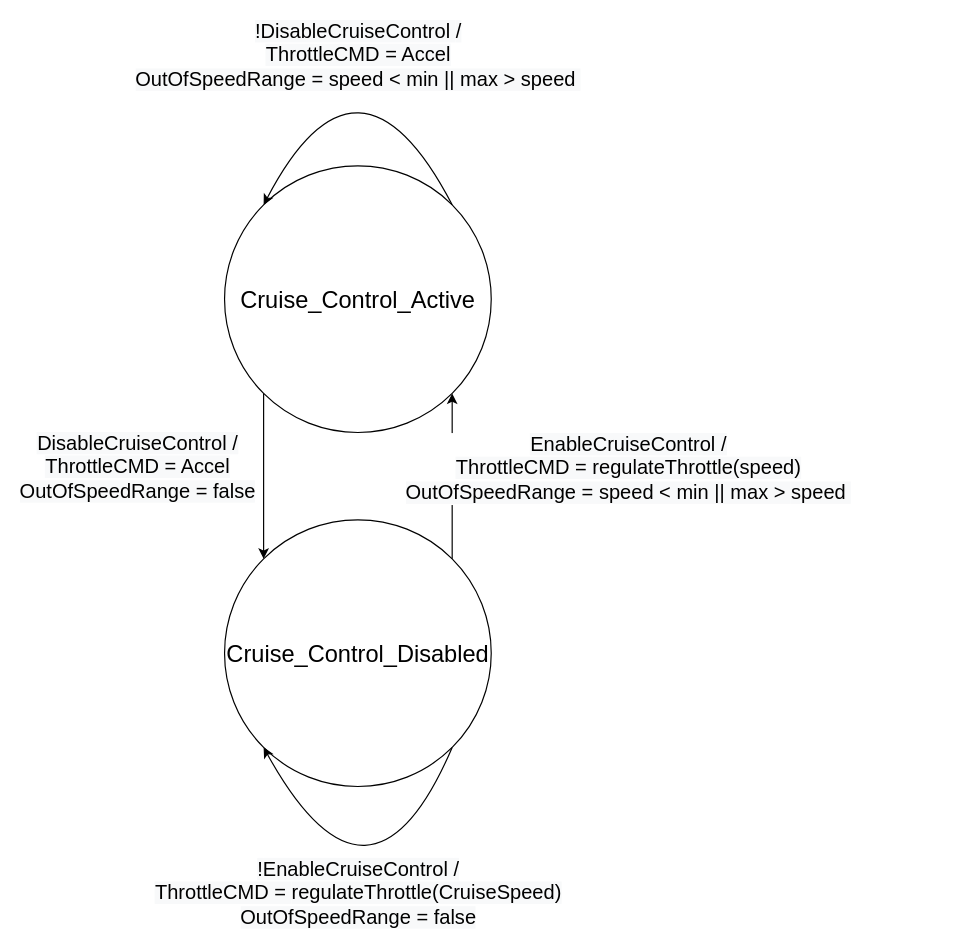
Before: Diagrams/FSMs/Speed Control_FSM.drawio in jacoballen4534/Cruise-Controller, a draw.io diagram. Source tidied: cells renumbered, new cells numbered last; positions are measured from the earlier drawing's top-left corner, leaving out a move shared by most shapes. Both pictures are drawn from the tidied source at 118%, with x=0, y=0 at pixel (224, 24).
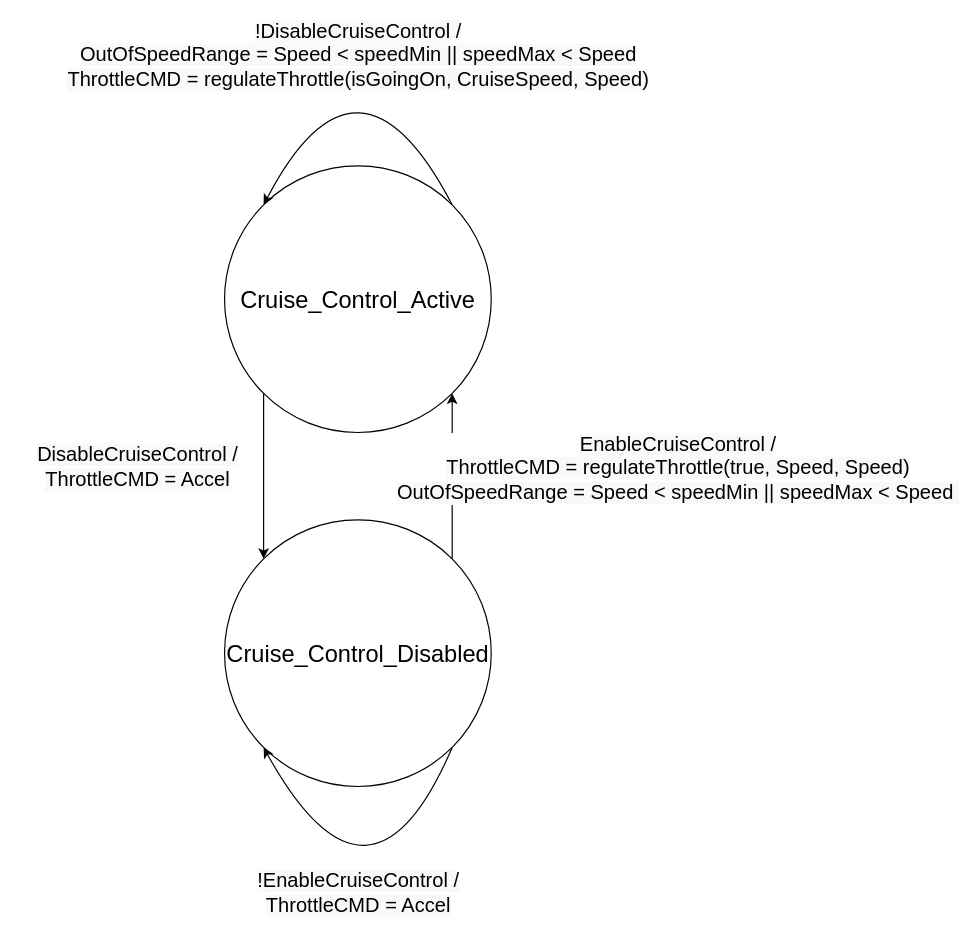
The same page after the edit.

Commit message:
Update Speed controll fsm to use isGoingOn and fixed the self loop logic being on the incorrect transition

The edit, as a diff of the source:
```diff
@@
 <mxGraphModel>
   <root>
     <mxCell id="0" />
     <mxCell id="1" parent="0" />
     <mxCell id="2" value="&lt;font style=&quot;font-size: 20px&quot;&gt;Cruise_Control_Active&lt;/font&gt;" style="ellipse;whiteSpace=wrap;html=1;" parent="1" vertex="1">
       <mxGeometry x="-0.2" y="120" width="226" height="226" as="geometry" />
     </mxCell>
     <mxCell id="3" value="&lt;font style=&quot;font-size: 20px&quot;&gt;Cruise_Control_Disabled&lt;br&gt;&lt;/font&gt;" style="ellipse;whiteSpace=wrap;html=1;" parent="1" vertex="1">
       <mxGeometry x="-0.2" y="420" width="226" height="226" as="geometry" />
     </mxCell>
     <mxCell id="4" style="curved=1;endArrow=classic;html=1;entryX=0;entryY=0;entryDx=0;entryDy=0;exitX=1;exitY=0;exitDx=0;exitDy=0;" parent="1" edge="1" source="2" target="2">
       <mxGeometry relative="1" as="geometry">
         <Array as="points">
           <mxPoint x="113" />
         </Array>
       </mxGeometry>
     </mxCell>
-    <mxCell id="5" value="&lt;span style=&quot;font-size: 17px ; background-color: rgb(248 , 249 , 250)&quot;&gt;!&lt;/span&gt;&lt;span style=&quot;font-family: &amp;#34;helvetica&amp;#34; ; font-size: 17px ; background-color: rgb(248 , 249 , 250)&quot;&gt;DisableCruiseControl&amp;nbsp;&lt;/span&gt;&lt;span style=&quot;font-size: 17px ; background-color: rgb(248 , 249 , 250)&quot;&gt;/&lt;br&gt;ThrottleCMD = Accel&lt;br&gt;&lt;/span&gt;&lt;span style=&quot;font-size: 17px ; background-color: rgb(248 , 249 , 250)&quot;&gt;OutOfSpeedRange = speed &amp;lt; min || max &amp;gt;&amp;nbsp;&lt;/span&gt;&lt;span style=&quot;font-size: 17px ; background-color: rgb(248 , 249 , 250)&quot;&gt;speed&amp;nbsp;&lt;/span&gt;&lt;span style=&quot;font-size: 17px ; background-color: rgb(248 , 249 , 250)&quot;&gt;&lt;br&gt;&lt;/span&gt;" style="edgeLabel;html=1;align=center;verticalAlign=middle;" parent="4" vertex="1">
+    <mxCell id="5" value="&lt;span style=&quot;font-size: 17px ; background-color: rgb(248 , 249 , 250)&quot;&gt;!&lt;/span&gt;&lt;span style=&quot;font-family: &amp;#34;helvetica&amp;#34; ; font-size: 17px ; background-color: rgb(248 , 249 , 250)&quot;&gt;DisableCruiseControl&amp;nbsp;&lt;/span&gt;&lt;span style=&quot;font-size: 17px ; background-color: rgb(248 , 249 , 250)&quot;&gt;/&lt;br&gt;&lt;/span&gt;&lt;span style=&quot;font-size: 17px ; background-color: rgb(248 , 249 , 250)&quot;&gt;OutOfSpeedRange = Speed &amp;lt; speedMin || speedMax &amp;lt; S&lt;/span&gt;&lt;span style=&quot;font-size: 17px ; background-color: rgb(248 , 249 , 250)&quot;&gt;peed&lt;br&gt;&lt;/span&gt;&lt;span style=&quot;font-family: &amp;#34;helvetica&amp;#34; ; font-size: 17px ; background-color: rgb(248 , 249 , 250)&quot;&gt;ThrottleCMD =&amp;nbsp;&lt;/span&gt;&lt;span style=&quot;font-family: &amp;#34;helvetica&amp;#34; ; font-size: 17px ; background-color: rgb(248 , 249 , 250)&quot;&gt;regulateThrottle(isGoingOn, CruiseSpeed, Speed)&lt;/span&gt;&lt;span style=&quot;font-size: 17px ; background-color: rgb(248 , 249 , 250)&quot;&gt;&lt;br&gt;&lt;/span&gt;" style="edgeLabel;html=1;align=center;verticalAlign=middle;" parent="4" vertex="1">
       <mxGeometry x="-0.43" y="30" relative="1" as="geometry">
         <mxPoint x="-8" y="-54" as="offset" />
       </mxGeometry>
     </mxCell>
     <mxCell id="6" style="endArrow=classic;html=1;exitX=1;exitY=0;exitDx=0;exitDy=0;entryX=1;entryY=1;entryDx=0;entryDy=0;" parent="1" edge="1" source="3" target="2">
       <mxGeometry relative="1" as="geometry" />
     </mxCell>
-    <mxCell id="7" value="&lt;span style=&quot;font-size: 17px ; background-color: rgb(248 , 249 , 250)&quot;&gt;EnableCruiseControl /&lt;br&gt;&lt;/span&gt;&lt;span style=&quot;font-size: 17px ; background-color: rgb(248 , 249 , 250)&quot;&gt;ThrottleCMD = &lt;/span&gt;&lt;span style=&quot;font-size: 17px ; background-color: rgb(248 , 249 , 250)&quot;&gt;regulateThrottle(speed)&lt;br&gt;OutOfSpeedRange = speed &amp;lt; min || max &amp;gt;&amp;nbsp;&lt;/span&gt;&lt;span style=&quot;font-size: 17px ; background-color: rgb(248 , 249 , 250)&quot;&gt;speed&amp;nbsp;&lt;/span&gt;&lt;span style=&quot;font-size: 17px ; background-color: rgb(248 , 249 , 250)&quot;&gt;&lt;br&gt;&lt;/span&gt;" style="edgeLabel;html=1;align=center;verticalAlign=middle;" parent="6" vertex="1">
+    <mxCell id="7" value="&lt;span style=&quot;font-size: 17px ; background-color: rgb(248 , 249 , 250)&quot;&gt;EnableCruiseControl /&lt;br&gt;&lt;/span&gt;&lt;span style=&quot;font-size: 17px ; background-color: rgb(248 , 249 , 250)&quot;&gt;ThrottleCMD = &lt;/span&gt;&lt;span style=&quot;font-size: 17px ; background-color: rgb(248 , 249 , 250)&quot;&gt;regulateThrottle(true, Speed, Speed)&lt;br&gt;OutOfSpeedRange = Speed &amp;lt; speedMin || speedMax &amp;lt; S&lt;/span&gt;&lt;span style=&quot;font-size: 17px ; background-color: rgb(248 , 249 , 250)&quot;&gt;peed&amp;nbsp;&lt;/span&gt;&lt;span style=&quot;font-size: 17px ; background-color: rgb(248 , 249 , 250)&quot;&gt;&lt;br&gt;&lt;/span&gt;" style="edgeLabel;html=1;align=center;verticalAlign=middle;" parent="6" vertex="1">
       <mxGeometry x="-0.18" y="6" relative="1" as="geometry">
-        <mxPoint x="154.3" y="-19.2" as="offset" />
+        <mxPoint x="196.3" y="-19.2" as="offset" />
       </mxGeometry>
     </mxCell>
     <mxCell id="8" style="curved=1;endArrow=classic;html=1;exitX=1;exitY=1;exitDx=0;exitDy=0;entryX=0;entryY=1;entryDx=0;entryDy=0;" parent="1" edge="1" source="3" target="3">
       <mxGeometry relative="1" as="geometry">
         <Array as="points">
           <mxPoint x="123" y="776" />
         </Array>
       </mxGeometry>
     </mxCell>
-    <mxCell id="9" value="&lt;span style=&quot;font-family: &amp;#34;helvetica&amp;#34; ; font-size: 17px ; background-color: rgb(248 , 249 , 250)&quot;&gt;!&lt;/span&gt;&lt;span style=&quot;font-size: 17px ; background-color: rgb(248 , 249 , 250)&quot;&gt;EnableCruiseControl&amp;nbsp;&lt;/span&gt;&lt;span style=&quot;font-family: &amp;#34;helvetica&amp;#34; ; font-size: 17px ; background-color: rgb(248 , 249 , 250)&quot;&gt;/ &lt;br&gt;ThrottleCMD =&amp;nbsp;&lt;/span&gt;&lt;span style=&quot;font-family: &amp;#34;helvetica&amp;#34; ; font-size: 17px ; background-color: rgb(248 , 249 , 250)&quot;&gt;regulateThrottle(CruiseSpeed)&lt;br&gt;&lt;/span&gt;&lt;span style=&quot;font-size: 17px ; background-color: rgb(248 , 249 , 250)&quot;&gt;OutOfSpeedRange = false&lt;/span&gt;&lt;span style=&quot;font-family: &amp;#34;helvetica&amp;#34; ; font-size: 17px ; background-color: rgb(248 , 249 , 250)&quot;&gt;&lt;br&gt;&lt;/span&gt;" style="edgeLabel;html=1;align=center;verticalAlign=middle;" parent="8" vertex="1">
+    <mxCell id="9" value="&lt;span style=&quot;font-family: &amp;#34;helvetica&amp;#34; ; font-size: 17px ; background-color: rgb(248 , 249 , 250)&quot;&gt;!&lt;/span&gt;&lt;span style=&quot;font-size: 17px ; background-color: rgb(248 , 249 , 250)&quot;&gt;EnableCruiseControl&amp;nbsp;&lt;/span&gt;&lt;span style=&quot;font-family: &amp;#34;helvetica&amp;#34; ; font-size: 17px ; background-color: rgb(248 , 249 , 250)&quot;&gt;/ &lt;br&gt;&lt;/span&gt;&lt;span style=&quot;font-size: 17px ; background-color: rgb(248 , 249 , 250)&quot;&gt;ThrottleCMD = Accel&lt;/span&gt;" style="edgeLabel;html=1;align=center;verticalAlign=middle;" parent="8" vertex="1">
       <mxGeometry x="-0.49" y="-16" relative="1" as="geometry">
         <mxPoint x="-29" y="44.8" as="offset" />
       </mxGeometry>
     </mxCell>
     <mxCell id="10" style="endArrow=classic;html=1;entryX=0;entryY=0;entryDx=0;entryDy=0;exitX=0;exitY=1;exitDx=0;exitDy=0;" parent="1" edge="1" source="2" target="3">
       <mxGeometry relative="1" as="geometry" />
     </mxCell>
-    <mxCell id="11" value="&lt;span style=&quot;font-size: 17px ; background-color: rgb(248 , 249 , 250)&quot;&gt;&lt;font face=&quot;helvetica&quot;&gt;DisableCruiseControl /&lt;br&gt;&lt;/font&gt;&lt;/span&gt;&lt;span style=&quot;font-size: 17px ; background-color: rgb(248 , 249 , 250)&quot;&gt;ThrottleCMD = Accel&lt;br&gt;&lt;/span&gt;&lt;span style=&quot;font-size: 17px ; background-color: rgb(248 , 249 , 250)&quot;&gt;OutOfSpeedRange = false&lt;/span&gt;&lt;span style=&quot;font-size: 17px ; background-color: rgb(248 , 249 , 250)&quot;&gt;&lt;br&gt;&lt;/span&gt;" style="edgeLabel;html=1;align=center;verticalAlign=middle;" parent="10" vertex="1">
+    <mxCell id="11" value="&lt;span style=&quot;font-size: 17px ; background-color: rgb(248 , 249 , 250)&quot;&gt;&lt;font face=&quot;helvetica&quot;&gt;DisableCruiseControl /&lt;br&gt;&lt;/font&gt;&lt;/span&gt;&lt;span style=&quot;font-size: 17px ; background-color: rgb(248 , 249 , 250)&quot;&gt;ThrottleCMD = Accel&lt;/span&gt;&lt;span style=&quot;font-size: 17px ; background-color: rgb(248 , 249 , 250)&quot;&gt;&lt;br&gt;&lt;/span&gt;" style="edgeLabel;html=1;align=center;verticalAlign=middle;" parent="10" vertex="1">
       <mxGeometry x="0.26" y="1" relative="1" as="geometry">
         <mxPoint x="-107.9" y="-25.2" as="offset" />
       </mxGeometry>
     </mxCell>
   </root>
 </mxGraphModel>
```
